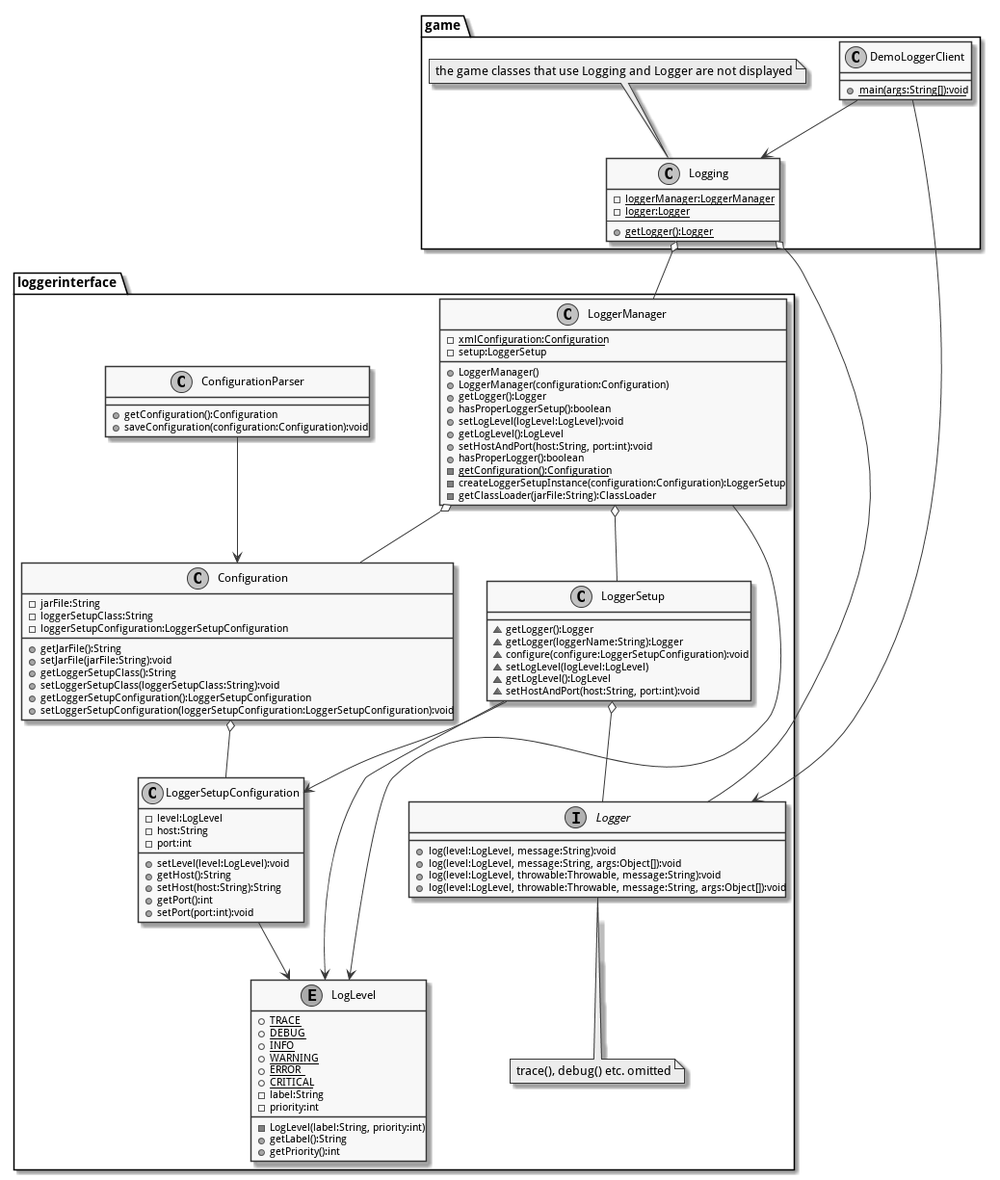
The PlantUML diagram Systemspezifikation/img/loggerinterface.png in patrickbucher/vsk-team5, before a commit.
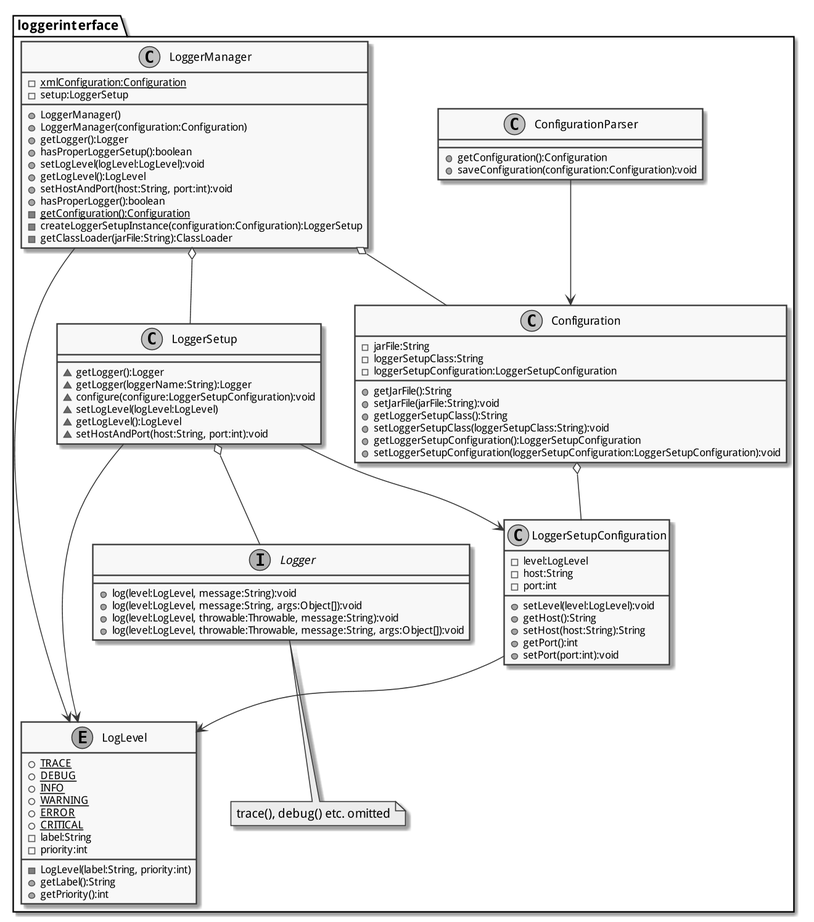
The same diagram one commit later.

What changed in the source:
```diff
@@ -2,25 +2,7 @@
 
 skinparam monochrome true
 skinparam defaultFontName Droid Sans
-
-package "game" {
-    class DemoLoggerClient {
-        {static} + main(args:String[]):void
-    }
-    class Logging {
-        {static} - loggerManager:LoggerManager
-        {static} - logger:Logger
-        ---
-        {static} + getLogger():Logger
-    }
-    note top of Logging
-        the game classes that use Logging and Logger are not displayed
-    end note
-    Logging o-- loggerinterface.LoggerManager
-    Logging o-- loggerinterface.Logger
-    DemoLoggerClient --> Logging
-    DemoLoggerClient --> loggerinterface.Logger
-}
+skinparam dpi 150
 
 package "loggerinterface" {
     interface Logger {
```
